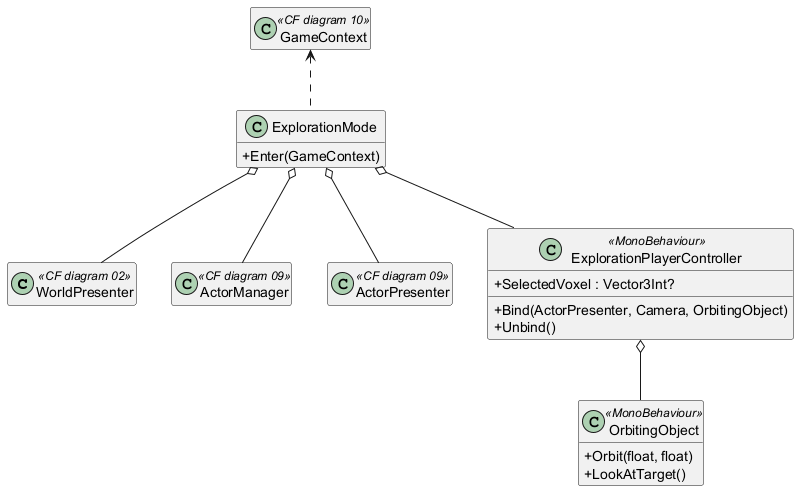
Before: Architecture/diagrams/Exploration Mode.png, a diagram exported from PlantUML (EreliaStudio/Erelia). Source of this version:
```plantuml
@startuml Exploration Mode

skinparam classAttributeIconSize 0
hide empty members

class WorldPresenter <<CF diagram 02>> {}
class ActorManager <<CF diagram 09>> {}
class ActorPresenter <<CF diagram 09>> {}
class GameContext <<CF diagram 10>> {}

class OrbitingObject <<MonoBehaviour>> {
  +Orbit(float, float)
  +LookAtTarget()
}

class ExplorationPlayerController <<MonoBehaviour>> {
  +SelectedVoxel : Vector3Int?
  +Bind(ActorPresenter, Camera, OrbitingObject)
  +Unbind()
}

class ExplorationMode {
  +Enter(GameContext)
}

GameContext <.. ExplorationMode

ExplorationMode o-- WorldPresenter
ExplorationMode o-- ActorManager
ExplorationMode o-- ActorPresenter
ExplorationMode o-- ExplorationPlayerController
ExplorationPlayerController o-- OrbitingObject

@enduml
```
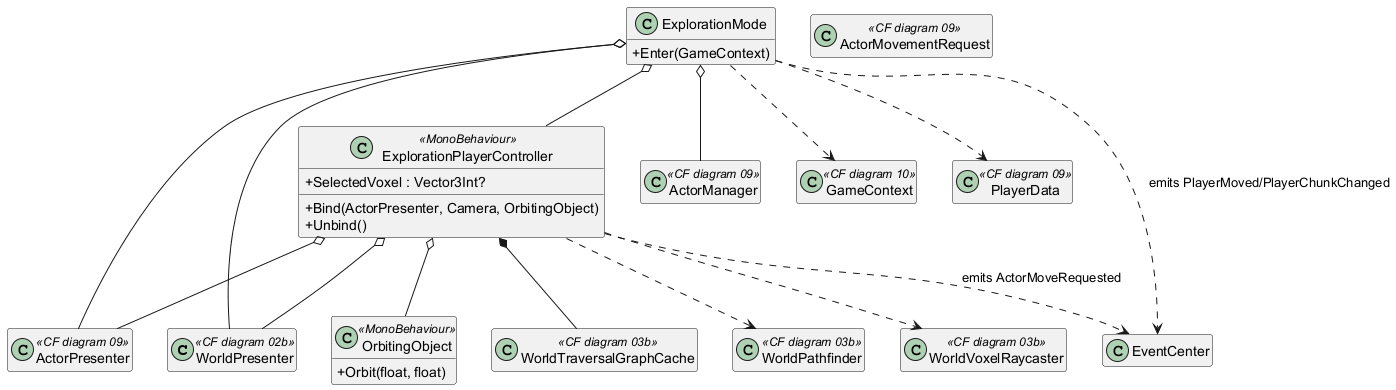
The same file after the commit.

The edit, as a diff of the source:
```diff
@@ -1,16 +1,21 @@
 @startuml Exploration Mode
 
 skinparam classAttributeIconSize 0
+skinparam shadowing false
 hide empty members
 
-class WorldPresenter <<CF diagram 02>> {}
+class WorldPresenter <<CF diagram 02b>> {}
 class ActorManager <<CF diagram 09>> {}
 class ActorPresenter <<CF diagram 09>> {}
+class ActorMovementRequest <<CF diagram 09>> {}
 class GameContext <<CF diagram 10>> {}
+class PlayerData <<CF diagram 09>> {}
+class WorldTraversalGraphCache <<CF diagram 03b>> {}
+class WorldPathfinder <<CF diagram 03b>> {}
+class WorldVoxelRaycaster <<CF diagram 03b>> {}
 
 class OrbitingObject <<MonoBehaviour>> {
   +Orbit(float, float)
-  +LookAtTarget()
 }
 
 class ExplorationPlayerController <<MonoBehaviour>> {
@@ -23,12 +28,19 @@
   +Enter(GameContext)
 }
 
-GameContext <.. ExplorationMode
-
 ExplorationMode o-- WorldPresenter
 ExplorationMode o-- ActorManager
 ExplorationMode o-- ActorPresenter
 ExplorationMode o-- ExplorationPlayerController
+ExplorationMode ..> GameContext
+ExplorationMode ..> PlayerData
+ExplorationMode ..> EventCenter : emits PlayerMoved/PlayerChunkChanged
+ExplorationPlayerController o-- WorldPresenter
+ExplorationPlayerController o-- ActorPresenter
 ExplorationPlayerController o-- OrbitingObject
+ExplorationPlayerController *-- WorldTraversalGraphCache
+ExplorationPlayerController ..> WorldVoxelRaycaster
+ExplorationPlayerController ..> WorldPathfinder
+ExplorationPlayerController ..> EventCenter : emits ActorMoveRequested
 
 @enduml
```
